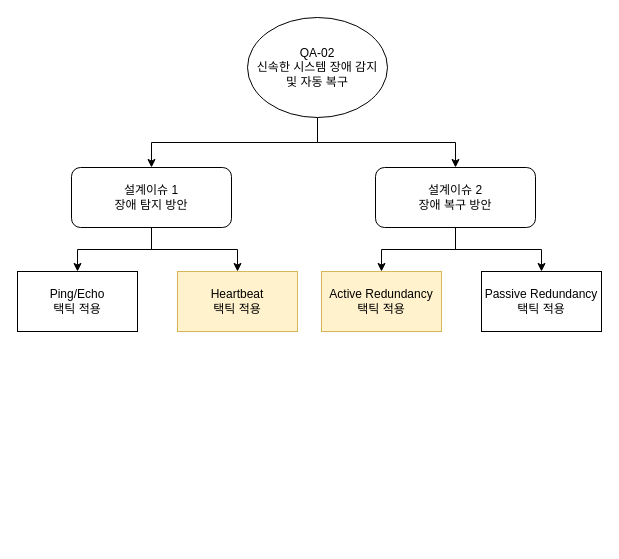
Before: page "DD-02" (2 of 4) of QualityDrivenArchitecturalDesign.drawio in GeniusHoon/AssociateArchitect, a draw.io diagram. Source tidied: cells renumbered, new cells numbered last; positions are measured from the earlier drawing's top-left corner, leaving out a move shared by most shapes. Both pictures are drawn from the tidied source at 100%, with x=0, y=0 at pixel (17, 17).
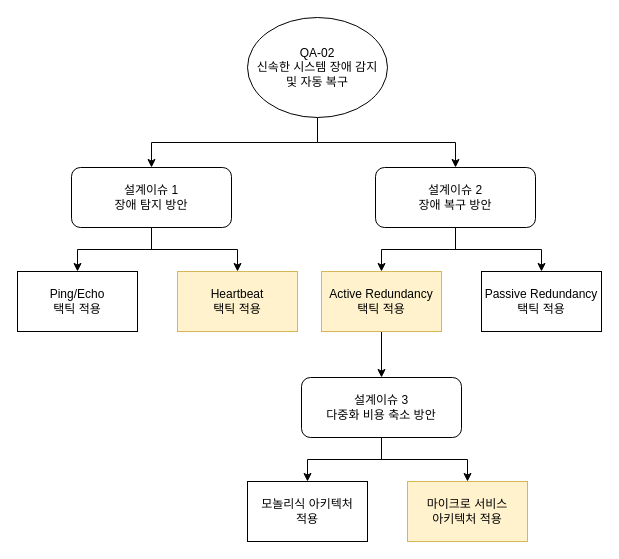
The same page after the edit.

Unchanged cells that the change refers to:
```xml
<mxCell id="13" value="Active Redundancy&lt;div&gt;택틱 적용&lt;/div&gt;" style="rounded=0;whiteSpace=wrap;html=1;fillColor=#fff2cc;strokeColor=#d6b656;" parent="1" vertex="1">
  <mxGeometry x="304" y="254" width="120" height="60" as="geometry" />
</mxCell>
```

Diff of the diagram source:
```diff
@@
+    <mxCell id="15" style="edgeStyle=orthogonalEdgeStyle;rounded=0;jettySize=auto;html=1;exitX=0.5;exitY=1;exitDx=0;exitDy=0;entryX=0.5;entryY=0;entryDx=0;entryDy=0;" parent="1" edge="1" source="13" target="18">
+      <mxGeometry relative="1" as="geometry" />
+    </mxCell>
@@
+    <mxCell id="16" style="edgeStyle=orthogonalEdgeStyle;rounded=0;jettySize=auto;html=1;exitX=0.5;exitY=1;exitDx=0;exitDy=0;entryX=0.5;entryY=0;entryDx=0;entryDy=0;" parent="1" edge="1" source="18" target="19">
+      <mxGeometry relative="1" as="geometry" />
+    </mxCell>
+    <mxCell id="17" style="edgeStyle=orthogonalEdgeStyle;rounded=0;jettySize=auto;html=1;exitX=0.5;exitY=1;exitDx=0;exitDy=0;entryX=0.5;entryY=0;entryDx=0;entryDy=0;" parent="1" edge="1" source="18" target="20">
+      <mxGeometry relative="1" as="geometry" />
+    </mxCell>
+    <mxCell id="18" value="설계이슈 3&lt;div&gt;다중화 비용 축소 방안&lt;/div&gt;" style="rounded=1;whiteSpace=wrap;html=1;" parent="1" vertex="1">
+      <mxGeometry x="284" y="360" width="160" height="60" as="geometry" />
+    </mxCell>
+    <mxCell id="19" value="모놀리식 아키텍처&lt;div&gt;적용&lt;/div&gt;" style="rounded=0;whiteSpace=wrap;html=1;" parent="1" vertex="1">
+      <mxGeometry x="230" y="464" width="120" height="60" as="geometry" />
+    </mxCell>
+    <mxCell id="20" value="마이크로 서비스&lt;div&gt;아키텍처 적용&lt;/div&gt;" style="rounded=0;whiteSpace=wrap;html=1;fillColor=#fff2cc;strokeColor=#d6b656;" parent="1" vertex="1">
+      <mxGeometry x="390" y="464" width="120" height="60" as="geometry" />
+    </mxCell>
```
